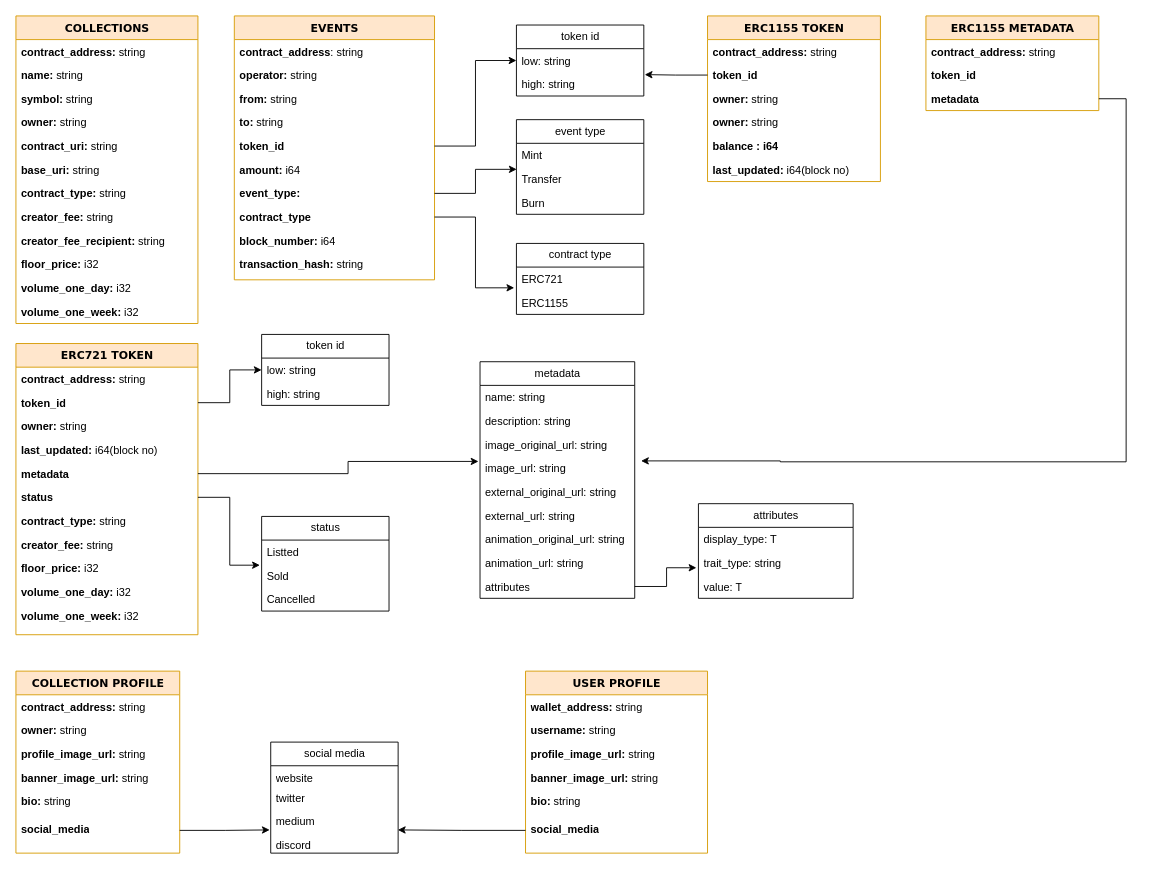
The draw.io diagram Untitled Diagram.drawio in 0xKermo/diagram, before the edit. Source tidied: cells renumbered, new cells numbered last; positions are measured from the earlier drawing's top-left corner, leaving out a move shared by most shapes. Both pictures are drawn from the tidied source at 91%, with x=0, y=0 at pixel (15, 15).
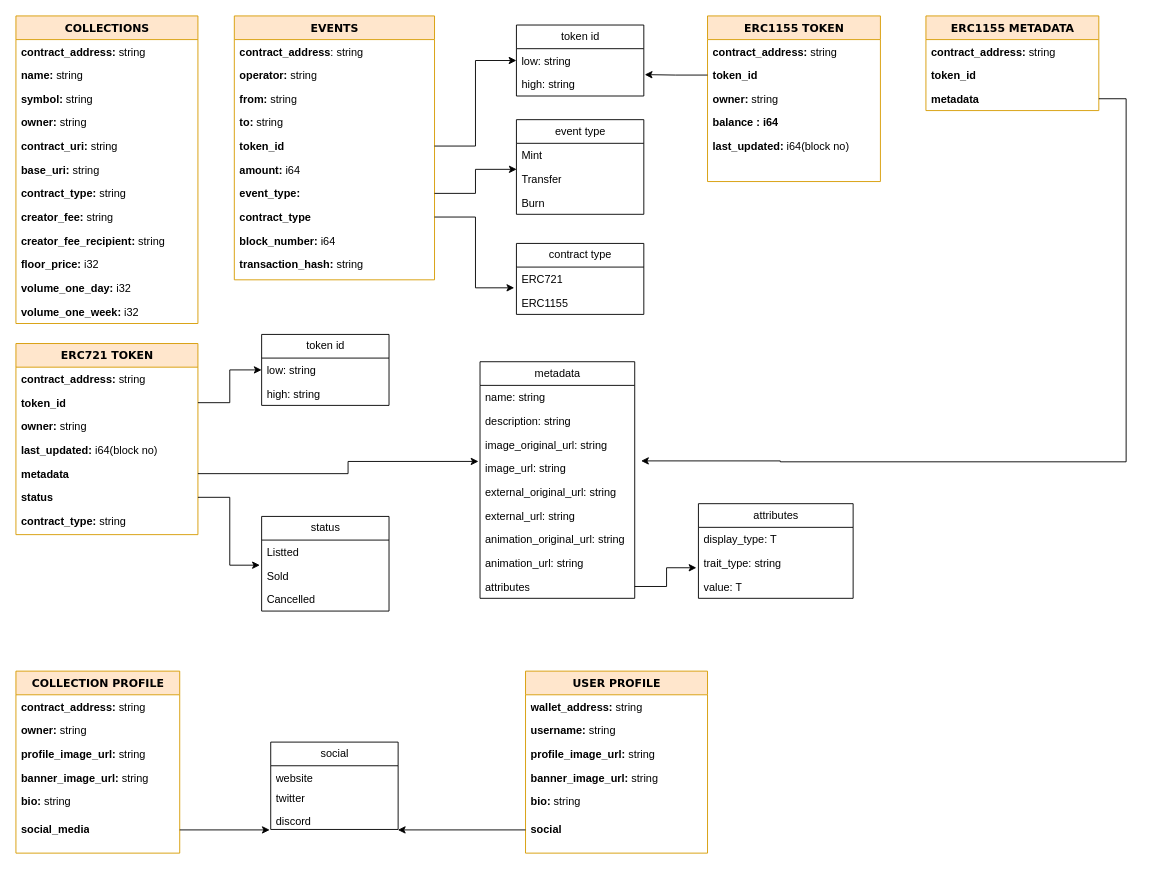
The same diagram, later.

The change refers to these unchanged cells:
```xml
<mxCell id="76" value="ERC1155 TOKEN" style="swimlane;html=1;fontStyle=1;align=center;verticalAlign=top;horizontal=1;startSize=26;swimlaneFillColor=#ffffff;rounded=0;shadow=0;comic=0;labelBackgroundColor=none;strokeWidth=1;fillColor=#ffe6cc;fontFamily=Verdana;fontSize=12;strokeColor=#d79b00;" parent="1" vertex="1">
  <mxGeometry x="760" width="190" height="182" as="geometry" />
</mxCell>
<mxCell id="95" value="&lt;b&gt;social_media&lt;/b&gt;" style="text;html=1;strokeColor=none;fillColor=none;align=left;verticalAlign=top;spacingLeft=4;spacingRight=4;whiteSpace=wrap;overflow=hidden;points=[[0,0.5],[1,0.5]];portConstraint=eastwest;" parent="89" vertex="1">
  <mxGeometry y="160" width="180" height="30" as="geometry" />
</mxCell>
<mxCell id="101" value="USER PROFILE" style="swimlane;html=1;fontStyle=1;align=center;verticalAlign=top;horizontal=1;startSize=26;swimlaneFillColor=#ffffff;rounded=0;shadow=0;comic=0;labelBackgroundColor=none;strokeWidth=1;fillColor=#ffe6cc;fontFamily=Verdana;fontSize=12;strokeColor=#d79b00;" parent="1" vertex="1">
  <mxGeometry x="560" y="720" width="200" height="200" as="geometry" />
</mxCell>
```

Change to the diagram source:
```diff
@@
     <mxCell id="26" value="ERC721 TOKEN" style="swimlane;html=1;fontStyle=1;align=center;verticalAlign=top;horizontal=1;startSize=26;swimlaneFillColor=default;rounded=0;shadow=0;comic=0;labelBackgroundColor=none;strokeWidth=1;fillColor=#ffe6cc;fontFamily=Verdana;fontSize=12;strokeColor=#d79b00;" parent="1" vertex="1">
-      <mxGeometry y="360" width="200" height="320" as="geometry" />
+      <mxGeometry y="360" width="200" height="210" as="geometry" />
     </mxCell>
@@
-    <mxCell id="34" value="&lt;b&gt;creator_fee:&lt;/b&gt; string" style="text;html=1;strokeColor=none;fillColor=none;align=left;verticalAlign=top;spacingLeft=4;spacingRight=4;whiteSpace=wrap;overflow=hidden;" parent="26" vertex="1">
-      <mxGeometry y="208" width="200" height="26" as="geometry" />
-    </mxCell>
-    <mxCell id="35" value="&lt;b&gt;floor_price:&lt;/b&gt; i32" style="text;html=1;strokeColor=none;fillColor=none;align=left;verticalAlign=top;spacingLeft=4;spacingRight=4;whiteSpace=wrap;overflow=hidden;" parent="26" vertex="1">
-      <mxGeometry y="234" width="200" height="26" as="geometry" />
-    </mxCell>
-    <mxCell id="36" value="&lt;b&gt;volume_one_day:&lt;/b&gt; i32" style="text;html=1;strokeColor=none;fillColor=none;align=left;verticalAlign=top;spacingLeft=4;spacingRight=4;whiteSpace=wrap;overflow=hidden;" parent="26" vertex="1">
-      <mxGeometry y="260" width="200" height="26" as="geometry" />
-    </mxCell>
-    <mxCell id="37" value="&lt;b&gt;volume_one_week:&lt;/b&gt; i32" style="text;html=1;strokeColor=none;fillColor=none;align=left;verticalAlign=top;spacingLeft=4;spacingRight=4;whiteSpace=wrap;overflow=hidden;" parent="26" vertex="1">
-      <mxGeometry y="286" width="200" height="26" as="geometry" />
-    </mxCell>
@@
-    <mxCell id="80" value="&lt;b&gt;owner: &lt;/b&gt;string" style="text;html=1;strokeColor=none;fillColor=none;align=left;verticalAlign=top;spacingLeft=4;spacingRight=4;whiteSpace=wrap;overflow=hidden;" parent="76" vertex="1">
-      <mxGeometry y="104" width="190" height="26" as="geometry" />
-    </mxCell>
     <mxCell id="81" value="&lt;b&gt;balance : i64&lt;/b&gt;" style="text;html=1;strokeColor=none;fillColor=none;align=left;verticalAlign=top;spacingLeft=4;spacingRight=4;whiteSpace=wrap;overflow=hidden;" parent="76" vertex="1">
-      <mxGeometry y="130" width="190" height="26" as="geometry" />
+      <mxGeometry y="104" width="190" height="26" as="geometry" />
     </mxCell>
     <mxCell id="82" value="&lt;b&gt;last_updated:&lt;/b&gt; i64(block no)" style="text;html=1;strokeColor=none;fillColor=none;align=left;verticalAlign=top;spacingLeft=4;spacingRight=4;whiteSpace=wrap;overflow=hidden;" parent="76" vertex="1">
-      <mxGeometry y="156" width="190" height="26" as="geometry" />
+      <mxGeometry y="130" width="190" height="26" as="geometry" />
     </mxCell>
@@
-    <mxCell id="96" value="social media" style="swimlane;fontStyle=0;horizontal=1;startSize=26;fillColor=none;html=1;" parent="1" vertex="1">
-      <mxGeometry x="280" y="798" width="140" height="122" as="geometry" />
+    <mxCell id="96" value="social" style="swimlane;fontStyle=0;horizontal=1;startSize=26;fillColor=none;html=1;" parent="1" vertex="1">
+      <mxGeometry x="280" y="798" width="140" height="96" as="geometry" />
     </mxCell>
@@
-    <mxCell id="99" value="medium" style="text;strokeColor=none;fillColor=none;align=left;verticalAlign=top;spacingLeft=4;spacingRight=4;overflow=hidden;points=[[0,0.5],[1,0.5]];portConstraint=eastwest;whiteSpace=wrap;html=1;" parent="96" vertex="1">
-      <mxGeometry y="74" width="140" height="26" as="geometry" />
-    </mxCell>
     <mxCell id="100" value="discord" style="text;strokeColor=none;fillColor=none;align=left;verticalAlign=top;spacingLeft=4;spacingRight=4;overflow=hidden;whiteSpace=wrap;html=1;" parent="96" vertex="1">
-      <mxGeometry y="100" width="140" height="22" as="geometry" />
+      <mxGeometry y="74" width="140" height="22" as="geometry" />
     </mxCell>
@@
-    <mxCell id="107" value="&lt;b&gt;social_media&lt;/b&gt;" style="text;html=1;strokeColor=none;fillColor=none;align=left;verticalAlign=top;spacingLeft=4;spacingRight=4;whiteSpace=wrap;overflow=hidden;points=[[0,0.5],[1,0.5]];portConstraint=eastwest;" parent="101" vertex="1">
+    <mxCell id="107" value="&lt;b&gt;social&lt;/b&gt;" style="text;html=1;strokeColor=none;fillColor=none;align=left;verticalAlign=top;spacingLeft=4;spacingRight=4;whiteSpace=wrap;overflow=hidden;points=[[0,0.5],[1,0.5]];portConstraint=eastwest;" parent="101" vertex="1">
       <mxGeometry y="160" width="200" height="30" as="geometry" />
     </mxCell>
-    <mxCell id="108" style="edgeStyle=orthogonalEdgeStyle;rounded=0;jettySize=auto;html=1;entryX=0.998;entryY=0.865;entryDx=0;entryDy=0;entryPerimeter=0;" parent="1" edge="1" source="107" target="99">
-      <mxGeometry relative="1" as="geometry" />
+    <mxCell id="108" style="edgeStyle=orthogonalEdgeStyle;rounded=0;jettySize=auto;html=1;entryX=0.998;entryY=0.865;entryDx=0;entryDy=0;entryPerimeter=0;" parent="1" edge="1" source="107">
+      <mxGeometry relative="1" as="geometry">
+        <mxPoint x="419.7" y="894.5" as="targetPoint" />
+      </mxGeometry>
     </mxCell>
-    <mxCell id="109" style="edgeStyle=orthogonalEdgeStyle;rounded=0;jettySize=auto;html=1;entryX=-0.008;entryY=0.865;entryDx=0;entryDy=0;entryPerimeter=0;" parent="1" edge="1" source="95" target="99">
-      <mxGeometry relative="1" as="geometry" />
+    <mxCell id="109" style="edgeStyle=orthogonalEdgeStyle;rounded=0;jettySize=auto;html=1;entryX=-0.008;entryY=0.865;entryDx=0;entryDy=0;entryPerimeter=0;" parent="1" edge="1" source="95">
+      <mxGeometry relative="1" as="geometry">
+        <mxPoint x="278.9" y="894.5" as="targetPoint" />
+      </mxGeometry>
     </mxCell>
```
